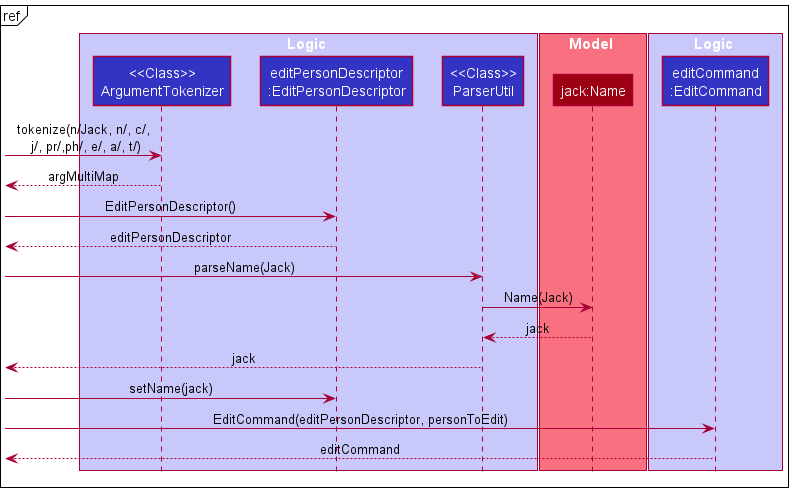
Earlier version of the PlantUML export docs/images/DetailedParsingForEditSequenceDiagram.png (tonishka/tp).
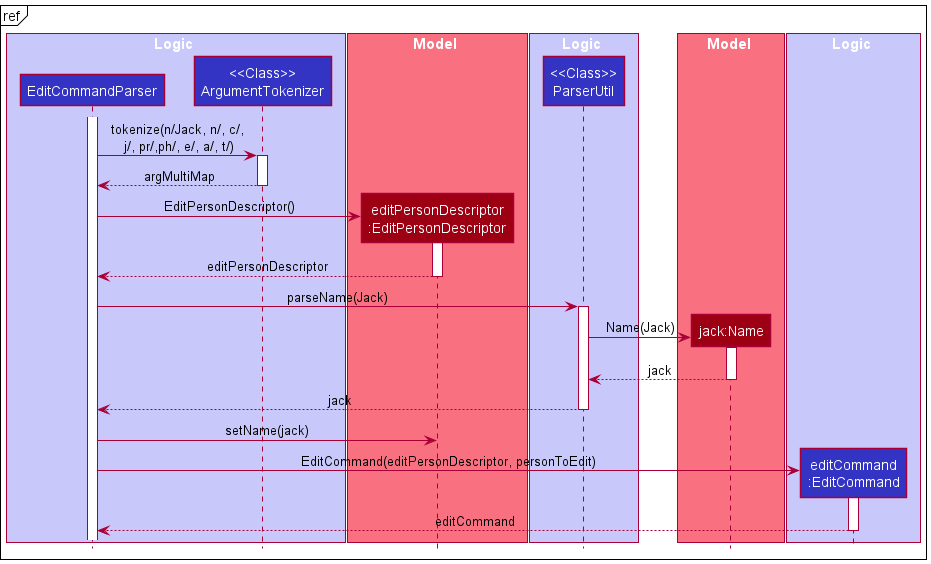
After the commit.

Commit message:
Edit Feature Sequence Diagram Patch

Change to the diagram source:
```diff
@@ -2,10 +2,14 @@
 !include Style.puml
 hide footbox
 mainframe ref
-
 box Logic LOGIC_COLOR_T1
+participant "EditCommandParser" as ECP LOGIC_COLOR
 participant "<<Class>>\nArgumentTokenizer" as ArgumentTokenizer LOGIC_COLOR
-participant "editPersonDescriptor\n:EditPersonDescriptor" as EditPersonDescriptor LOGIC_COLOR
+end box
+box Model MODEL_COLOR_T1
+participant "editPersonDescriptor\n:EditPersonDescriptor" as EditPersonDescriptor MODEL_COLOR
+end box
+box Logic LOGIC_COLOR_T1
 participant "<<Class>>\nParserUtil" as ParserUtil LOGIC_COLOR
 end box
 box Model MODEL_COLOR_T1
@@ -14,15 +18,26 @@
 box Logic LOGIC_COLOR_T1
 participant "editCommand\n:EditCommand" as EditCommand LOGIC_COLOR
 end box
--> ArgumentTokenizer : tokenize(n/Jack, n/, c/,\n j/, pr/,ph/, e/, a/, t/)
-<-- ArgumentTokenizer : argMultiMap
--> EditPersonDescriptor : EditPersonDescriptor()
-<-- EditPersonDescriptor : editPersonDescriptor
--> ParserUtil : parseName(Jack)
-ParserUtil -> Jack : Name(Jack)
+activate ECP
+ECP -> ArgumentTokenizer : tokenize(n/Jack, n/, c/,\n j/, pr/,ph/, e/, a/, t/)
+activate ArgumentTokenizer
+ECP <-- ArgumentTokenizer : argMultiMap
+deactivate ArgumentTokenizer
+ECP -> EditPersonDescriptor ** : EditPersonDescriptor()
+activate EditPersonDescriptor
+ECP <-- EditPersonDescriptor : editPersonDescriptor
+deactivate EditPersonDescriptor
+ECP -> ParserUtil : parseName(Jack)
+activate ParserUtil
+ParserUtil -> Jack ** : Name(Jack)
+activate Jack
 Jack --> ParserUtil : jack
-<-- ParserUtil : jack
--> EditPersonDescriptor : setName(jack)
--> EditCommand : EditCommand(editPersonDescriptor, personToEdit)
-<-- EditCommand :editCommand
+deactivate Jack
+ECP <-- ParserUtil : jack
+deactivate ParserUtil
+ECP -> EditPersonDescriptor : setName(jack)
+ECP -> EditCommand ** : EditCommand(editPersonDescriptor, personToEdit)
+activate  EditCommand
+ECP <-- EditCommand :editCommand
+deactivate EditCommand
 @enduml
```
